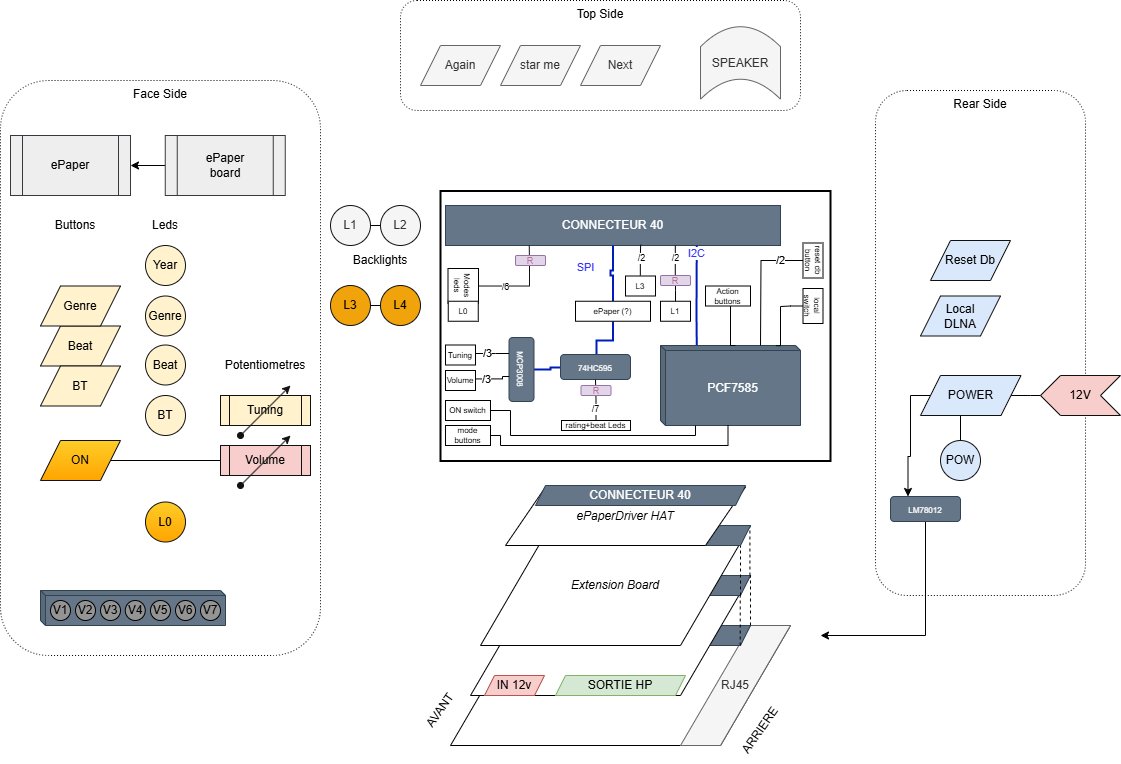
The draw.io diagram electronics/VintageRadio-ExtensionBoard/Extension_board.drawio.png in Sphinkie/VintageRadio, before a commit. Source tidied: cells renumbered, new cells last; positions are measured from the earlier drawing's top-left corner, leaving out a move shared by most shapes.
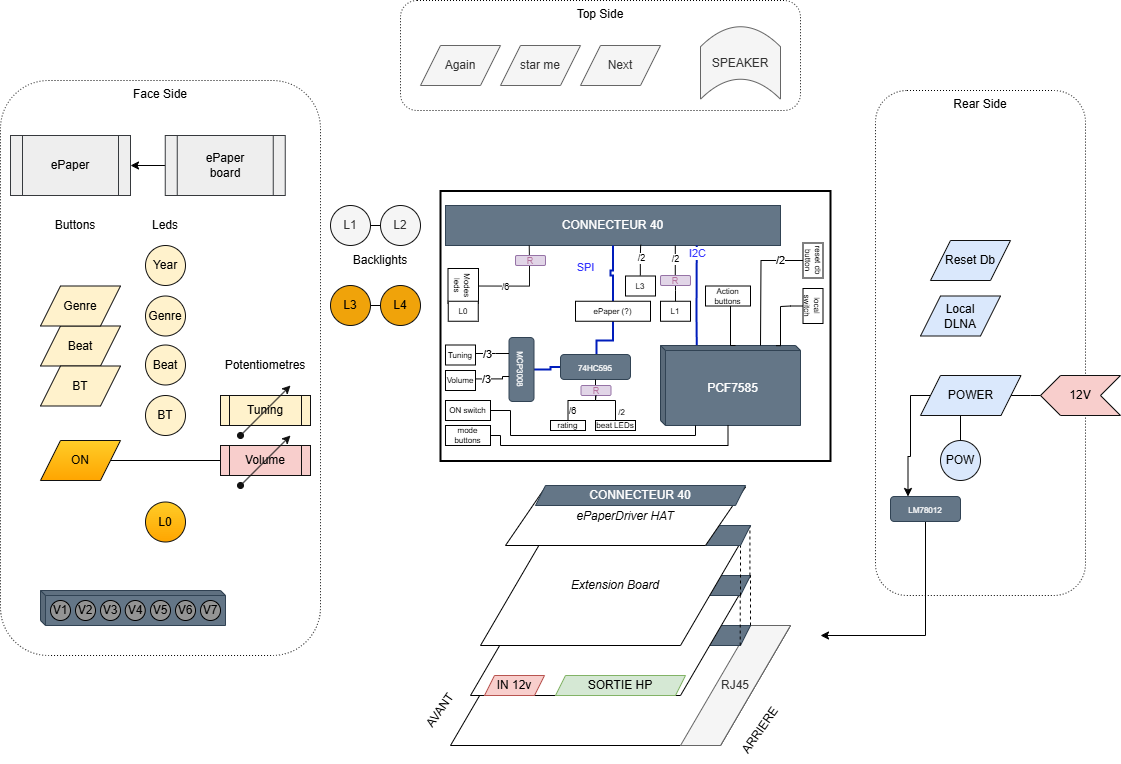
The same file after the commit.

Change to the diagram source:
```diff
@@ -318,14 +318,21 @@
     <mxCell id="75" value="Volume" style="rounded=0;whiteSpace=wrap;html=1;fontSize=8;rotation=0;" parent="1" vertex="1">
       <mxGeometry x="445" y="370" width="30" height="20" as="geometry" />
     </mxCell>
-    <mxCell id="76" value="rating+beat Leds" style="rounded=0;whiteSpace=wrap;html=1;fontSize=8;rotation=0;" parent="1" vertex="1">
-      <mxGeometry x="561" y="420" width="69" height="10" as="geometry" />
+    <mxCell id="76" value="rating" style="rounded=0;whiteSpace=wrap;html=1;fontSize=8;rotation=0;" parent="1" vertex="1">
+      <mxGeometry x="550" y="420" width="35" height="10" as="geometry" />
     </mxCell>
     <mxCell id="77" style="edgeStyle=orthogonalEdgeStyle;rounded=0;jettySize=auto;html=1;entryX=0.5;entryY=1;entryDx=0;entryDy=0;endArrow=none;startFill=0;exitX=0.5;exitY=0;exitDx=0;exitDy=0;" parent="1" edge="1" source="76" target="45">
-      <mxGeometry relative="1" as="geometry" />
+      <mxGeometry relative="1" as="geometry">
+        <Array as="points">
+          <mxPoint x="567" y="400" />
+          <mxPoint x="595" y="400" />
+        </Array>
+      </mxGeometry>
     </mxCell>
-    <mxCell id="78" value="/7" style="edgeLabel;html=1;align=center;verticalAlign=middle;fontSize=9;" parent="77" vertex="1">
-      <mxGeometry x="-0.45" y="1" relative="1" as="geometry" />
+    <mxCell id="78" value="/6" style="edgeLabel;html=1;align=center;verticalAlign=middle;fontSize=9;" parent="77" vertex="1">
+      <mxGeometry x="-0.45" y="1" relative="1" as="geometry">
+        <mxPoint x="5" y="9" as="offset" />
+      </mxGeometry>
     </mxCell>
     <mxCell id="79" value="mode buttons" style="rounded=0;whiteSpace=wrap;html=1;fontSize=8;rotation=0;" parent="1" vertex="1">
       <mxGeometry x="445" y="425" width="45" height="20" as="geometry" />
@@ -478,5 +485,21 @@
     <mxCell id="119" value="&lt;font style=&quot;font-size: 9px; color: rgb(181, 115, 157);&quot;&gt;R&lt;/font&gt;" style="rounded=1;whiteSpace=wrap;html=1;fillColor=#e1d5e7;strokeColor=#9673a6;" parent="1" vertex="1">
       <mxGeometry x="580.5" y="385" width="30" height="10" as="geometry" />
     </mxCell>
+    <mxCell id="120" value="beat LEDs" style="rounded=0;whiteSpace=wrap;html=1;fontSize=8;rotation=0;" parent="1" vertex="1">
+      <mxGeometry x="595" y="420" width="40" height="10" as="geometry" />
+    </mxCell>
+    <mxCell id="121" style="endArrow=none;html=1;rounded=0;entryX=0.5;entryY=1;entryDx=0;entryDy=0;exitX=0.5;exitY=0;exitDx=0;exitDy=0;" parent="1" edge="1" source="120" target="119">
+      <mxGeometry relative="1" as="geometry">
+        <Array as="points">
+          <mxPoint x="615" y="400" />
+          <mxPoint x="595" y="400" />
+        </Array>
+      </mxGeometry>
+    </mxCell>
+    <mxCell id="122" value="&lt;font style=&quot;font-size: 8px;&quot;&gt;/2&lt;/font&gt;" style="edgeLabel;html=1;align=center;verticalAlign=middle;" parent="121" vertex="1">
+      <mxGeometry x="-0.54" y="1" relative="1" as="geometry">
+        <mxPoint x="6" as="offset" />
+      </mxGeometry>
+    </mxCell>
   </root>
 </mxGraphModel>
```
